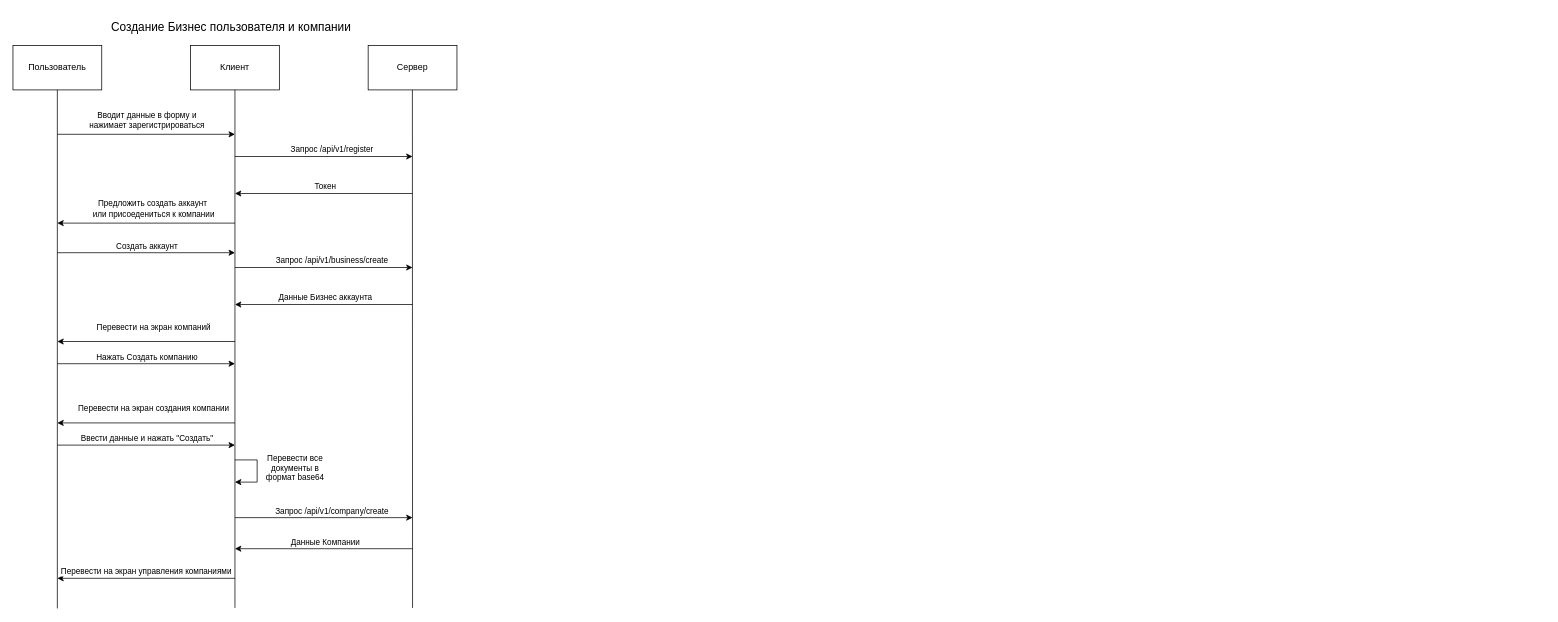
Earlier version of the draw.io diagram CreateBusinessAccount.drawio (vehicle-aggregator/docs). Source tidied: cells renumbered, new cells numbered last; positions are measured from the earlier drawing's top-left corner, leaving out a move shared by most shapes. Both pictures are drawn from the tidied source at 74%, with x=0, y=0 at pixel (13, 16).
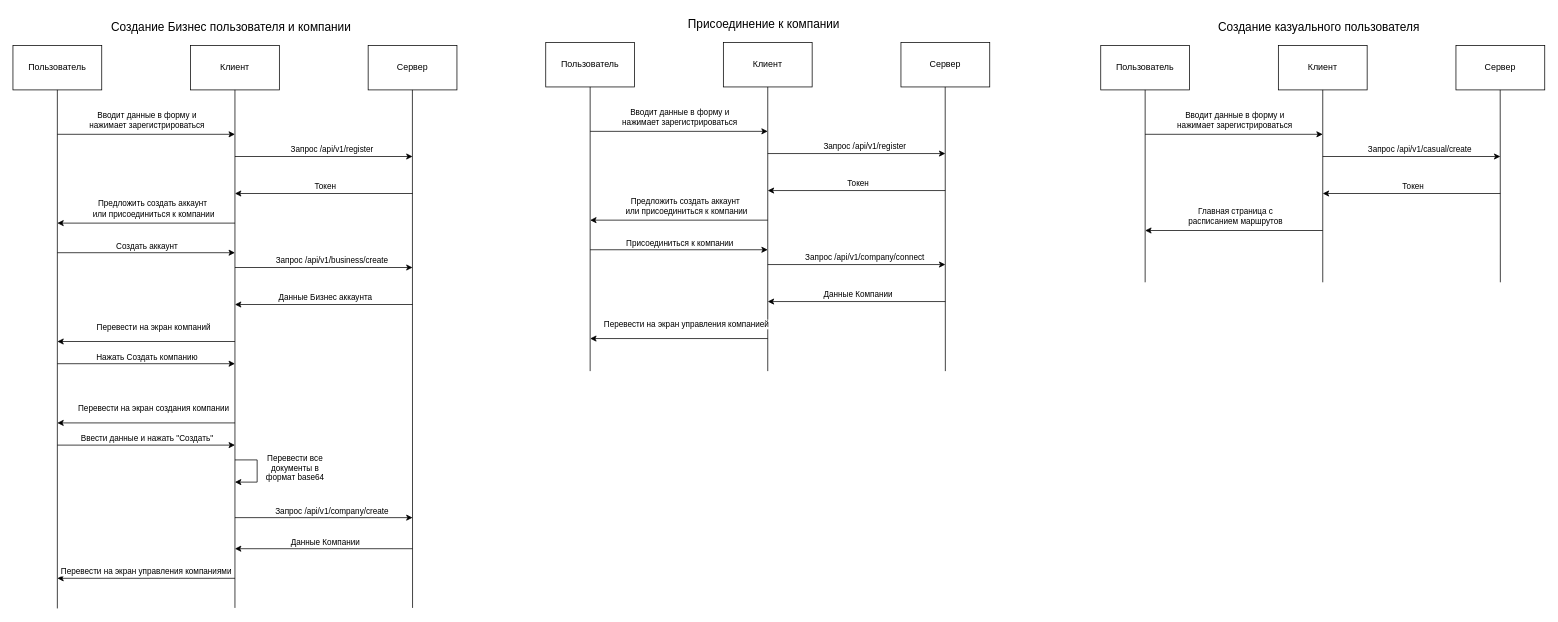
After the change.

The change refers to these unchanged cells:
```xml
<mxCell id="14" style="endArrow=classic;html=1;rounded=0;" parent="1" edge="1">
  <mxGeometry relative="1" as="geometry">
    <mxPoint x="300" y="280" as="sourcePoint" />
    <mxPoint x="60" y="280" as="targetPoint" />
  </mxGeometry>
</mxCell>
```

What changed in the source:
```diff
@@
-    <mxCell id="15" value="Предложить создать аккаунт&amp;nbsp;&lt;br&gt;или присоедениться к компании" style="edgeLabel;html=1;align=center;verticalAlign=middle;" parent="14" vertex="1">
+    <mxCell id="15" value="Предложить создать аккаунт&amp;nbsp;&lt;br&gt;или присоединиться к компании" style="edgeLabel;html=1;align=center;verticalAlign=middle;" parent="14" vertex="1">
       <mxGeometry x="0.53" relative="1" as="geometry">
         <mxPoint x="73" y="-20" as="offset" />
       </mxGeometry>
     </mxCell>
@@
+    <mxCell id="39" value="Пользователь" style="rounded=0;whiteSpace=wrap;html=1;" parent="1" vertex="1">
+      <mxGeometry x="1470" y="40" width="120" height="60" as="geometry" />
+    </mxCell>
+    <mxCell id="40" value="Клиент" style="rounded=0;whiteSpace=wrap;html=1;" parent="1" vertex="1">
+      <mxGeometry x="1710" y="40" width="120" height="60" as="geometry" />
+    </mxCell>
+    <mxCell id="41" value="Сервер" style="rounded=0;whiteSpace=wrap;html=1;" parent="1" vertex="1">
+      <mxGeometry x="1950" y="40" width="120" height="60" as="geometry" />
+    </mxCell>
+    <mxCell id="42" style="endArrow=none;html=1;rounded=0;entryX=0.5;entryY=1;entryDx=0;entryDy=0;" parent="1" edge="1" target="40">
+      <mxGeometry relative="1" as="geometry">
+        <mxPoint x="1770" y="360" as="sourcePoint" />
+      </mxGeometry>
+    </mxCell>
+    <mxCell id="43" style="endArrow=none;html=1;rounded=0;entryX=0.5;entryY=1;entryDx=0;entryDy=0;" parent="1" edge="1">
+      <mxGeometry relative="1" as="geometry">
+        <mxPoint x="2010" y="360" as="sourcePoint" />
+        <mxPoint x="2009.8" y="100" as="targetPoint" />
+      </mxGeometry>
+    </mxCell>
+    <mxCell id="44" style="endArrow=none;html=1;rounded=0;entryX=0.5;entryY=1;entryDx=0;entryDy=0;" parent="1" edge="1" target="39">
+      <mxGeometry relative="1" as="geometry">
+        <mxPoint x="1530" y="360" as="sourcePoint" />
+      </mxGeometry>
+    </mxCell>
+    <mxCell id="45" style="endArrow=classic;html=1;rounded=0;" parent="1" edge="1">
+      <mxGeometry relative="1" as="geometry">
+        <mxPoint x="1530" y="160" as="sourcePoint" />
+        <mxPoint x="1770" y="160" as="targetPoint" />
+      </mxGeometry>
+    </mxCell>
+    <mxCell id="46" value="Вводит данные в форму и &lt;br&gt;нажимает зарегистрироваться" style="edgeLabel;html=1;align=center;verticalAlign=middle;" parent="45" vertex="1">
+      <mxGeometry x="-0.33" y="1" relative="1" as="geometry">
+        <mxPoint x="40" y="-19" as="offset" />
+      </mxGeometry>
+    </mxCell>
+    <mxCell id="47" style="endArrow=classic;html=1;rounded=0;" parent="1" edge="1">
+      <mxGeometry relative="1" as="geometry">
+        <mxPoint x="1770" y="190" as="sourcePoint" />
+        <mxPoint x="2010" y="190" as="targetPoint" />
+      </mxGeometry>
+    </mxCell>
+    <mxCell id="48" value="Запрос /api/v1/casual/create" style="edgeLabel;html=1;align=center;verticalAlign=middle;" parent="47" vertex="1">
+      <mxGeometry x="0.19" y="4" relative="1" as="geometry">
+        <mxPoint x="-13" y="-6" as="offset" />
+      </mxGeometry>
+    </mxCell>
+    <mxCell id="49" style="endArrow=classic;html=1;rounded=0;" parent="1" edge="1">
+      <mxGeometry relative="1" as="geometry">
+        <mxPoint x="2010" y="240" as="sourcePoint" />
+        <mxPoint x="1770" y="240" as="targetPoint" />
+      </mxGeometry>
+    </mxCell>
+    <mxCell id="50" value="Токен" style="edgeLabel;html=1;align=center;verticalAlign=middle;" parent="49" vertex="1">
+      <mxGeometry x="0.17" y="-3" relative="1" as="geometry">
+        <mxPoint x="21" y="-7" as="offset" />
+      </mxGeometry>
+    </mxCell>
+    <mxCell id="51" value="&lt;font style=&quot;font-size: 16px&quot;&gt;Создание казуального пользователя&lt;/font&gt;" style="text;html=1;strokeColor=none;fillColor=none;align=center;verticalAlign=middle;whiteSpace=wrap;rounded=0;" parent="1" vertex="1">
+      <mxGeometry x="1600" width="330" height="30" as="geometry" />
+    </mxCell>
+    <mxCell id="52" value="Пользователь" style="rounded=0;whiteSpace=wrap;html=1;" parent="1" vertex="1">
+      <mxGeometry x="720" y="36" width="120" height="60" as="geometry" />
+    </mxCell>
+    <mxCell id="53" value="Клиент" style="rounded=0;whiteSpace=wrap;html=1;" parent="1" vertex="1">
+      <mxGeometry x="960" y="36" width="120" height="60" as="geometry" />
+    </mxCell>
+    <mxCell id="54" value="Сервер" style="rounded=0;whiteSpace=wrap;html=1;" parent="1" vertex="1">
+      <mxGeometry x="1200" y="36" width="120" height="60" as="geometry" />
+    </mxCell>
+    <mxCell id="55" style="endArrow=none;html=1;rounded=0;entryX=0.5;entryY=1;entryDx=0;entryDy=0;" parent="1" edge="1" target="53">
+      <mxGeometry relative="1" as="geometry">
+        <mxPoint x="1020" y="480" as="sourcePoint" />
+      </mxGeometry>
+    </mxCell>
+    <mxCell id="56" style="endArrow=none;html=1;rounded=0;entryX=0.5;entryY=1;entryDx=0;entryDy=0;" parent="1" edge="1">
+      <mxGeometry relative="1" as="geometry">
+        <mxPoint x="1260" y="480" as="sourcePoint" />
+        <mxPoint x="1259.8" y="96" as="targetPoint" />
+      </mxGeometry>
+    </mxCell>
+    <mxCell id="57" style="endArrow=none;html=1;rounded=0;entryX=0.5;entryY=1;entryDx=0;entryDy=0;" parent="1" edge="1" target="52">
+      <mxGeometry relative="1" as="geometry">
+        <mxPoint x="780" y="480" as="sourcePoint" />
+      </mxGeometry>
+    </mxCell>
+    <mxCell id="58" style="endArrow=classic;html=1;rounded=0;" parent="1" edge="1">
+      <mxGeometry relative="1" as="geometry">
+        <mxPoint x="780" y="156" as="sourcePoint" />
+        <mxPoint x="1020" y="156" as="targetPoint" />
+      </mxGeometry>
+    </mxCell>
+    <mxCell id="59" value="Вводит данные в форму и &lt;br&gt;нажимает зарегистрироваться" style="edgeLabel;html=1;align=center;verticalAlign=middle;" parent="58" vertex="1">
+      <mxGeometry x="-0.33" y="1" relative="1" as="geometry">
+        <mxPoint x="40" y="-19" as="offset" />
+      </mxGeometry>
+    </mxCell>
+    <mxCell id="60" style="endArrow=classic;html=1;rounded=0;" parent="1" edge="1">
+      <mxGeometry relative="1" as="geometry">
+        <mxPoint x="1020" y="186" as="sourcePoint" />
+        <mxPoint x="1260" y="186" as="targetPoint" />
+      </mxGeometry>
+    </mxCell>
+    <mxCell id="61" value="Запрос /api/v1/register" style="edgeLabel;html=1;align=center;verticalAlign=middle;" parent="60" vertex="1">
+      <mxGeometry x="0.19" y="4" relative="1" as="geometry">
+        <mxPoint x="-13" y="-6" as="offset" />
+      </mxGeometry>
+    </mxCell>
+    <mxCell id="62" style="endArrow=classic;html=1;rounded=0;" parent="1" edge="1">
+      <mxGeometry relative="1" as="geometry">
+        <mxPoint x="1260" y="236" as="sourcePoint" />
+        <mxPoint x="1020" y="236" as="targetPoint" />
+      </mxGeometry>
+    </mxCell>
+    <mxCell id="63" value="Токен" style="edgeLabel;html=1;align=center;verticalAlign=middle;" parent="62" vertex="1">
+      <mxGeometry x="0.17" y="-3" relative="1" as="geometry">
+        <mxPoint x="21" y="-7" as="offset" />
+      </mxGeometry>
+    </mxCell>
+    <mxCell id="64" style="endArrow=classic;html=1;rounded=0;" parent="1" edge="1">
+      <mxGeometry relative="1" as="geometry">
+        <mxPoint x="1020" y="276" as="sourcePoint" />
+        <mxPoint x="780" y="276" as="targetPoint" />
+      </mxGeometry>
+    </mxCell>
+    <mxCell id="65" value="Предложить создать аккаунт&amp;nbsp;&lt;br&gt;или присоединиться к компании" style="edgeLabel;html=1;align=center;verticalAlign=middle;" parent="64" vertex="1">
+      <mxGeometry x="0.53" relative="1" as="geometry">
+        <mxPoint x="73" y="-20" as="offset" />
+      </mxGeometry>
+    </mxCell>
+    <mxCell id="66" style="endArrow=classic;html=1;rounded=0;" parent="1" edge="1">
+      <mxGeometry relative="1" as="geometry">
+        <mxPoint x="780" y="316" as="sourcePoint" />
+        <mxPoint x="1020" y="316" as="targetPoint" />
+      </mxGeometry>
+    </mxCell>
+    <mxCell id="67" value="Присоединиться к компании" style="edgeLabel;html=1;align=center;verticalAlign=middle;" parent="66" vertex="1">
+      <mxGeometry x="0.49" y="-1" relative="1" as="geometry">
+        <mxPoint x="-59" y="-11" as="offset" />
+      </mxGeometry>
+    </mxCell>
+    <mxCell id="68" style="endArrow=classic;html=1;rounded=0;" parent="1" edge="1">
+      <mxGeometry relative="1" as="geometry">
+        <mxPoint x="1020" y="336" as="sourcePoint" />
+        <mxPoint x="1260" y="336" as="targetPoint" />
+      </mxGeometry>
+    </mxCell>
+    <mxCell id="69" value="Запрос /api/v1/company/connect" style="edgeLabel;html=1;align=center;verticalAlign=middle;" parent="68" vertex="1">
+      <mxGeometry x="0.19" y="4" relative="1" as="geometry">
+        <mxPoint x="-13" y="-6" as="offset" />
+      </mxGeometry>
+    </mxCell>
+    <mxCell id="70" style="endArrow=classic;html=1;rounded=0;" parent="1" edge="1">
+      <mxGeometry relative="1" as="geometry">
+        <mxPoint x="1260" y="386" as="sourcePoint" />
+        <mxPoint x="1020" y="386" as="targetPoint" />
+      </mxGeometry>
+    </mxCell>
+    <mxCell id="71" value="Данные Компании" style="edgeLabel;html=1;align=center;verticalAlign=middle;" parent="70" vertex="1">
+      <mxGeometry x="0.17" y="-3" relative="1" as="geometry">
+        <mxPoint x="21" y="-7" as="offset" />
+      </mxGeometry>
+    </mxCell>
+    <mxCell id="72" style="endArrow=classic;html=1;rounded=0;" parent="1" edge="1">
+      <mxGeometry relative="1" as="geometry">
+        <mxPoint x="1020" y="436" as="sourcePoint" />
+        <mxPoint x="780" y="436" as="targetPoint" />
+      </mxGeometry>
+    </mxCell>
+    <mxCell id="73" value="Перевести на экран управления компанией" style="edgeLabel;html=1;align=center;verticalAlign=middle;" parent="72" vertex="1">
+      <mxGeometry x="0.53" relative="1" as="geometry">
+        <mxPoint x="73" y="-20" as="offset" />
+      </mxGeometry>
+    </mxCell>
+    <mxCell id="74" value="&lt;font style=&quot;font-size: 16px&quot;&gt;Присоединение к компании&lt;/font&gt;" style="text;html=1;strokeColor=none;fillColor=none;align=center;verticalAlign=middle;whiteSpace=wrap;rounded=0;" parent="1" vertex="1">
+      <mxGeometry x="850" y="-4" width="330" height="30" as="geometry" />
+    </mxCell>
+    <mxCell id="75" style="endArrow=classic;html=1;rounded=0;" parent="1" edge="1">
+      <mxGeometry relative="1" as="geometry">
+        <mxPoint x="1770" y="290" as="sourcePoint" />
+        <mxPoint x="1530" y="290" as="targetPoint" />
+      </mxGeometry>
+    </mxCell>
+    <mxCell id="76" value="Главная страница с &lt;br&gt;расписанием маршрутов" style="edgeLabel;html=1;align=center;verticalAlign=middle;" parent="75" vertex="1">
+      <mxGeometry x="0.17" y="-3" relative="1" as="geometry">
+        <mxPoint x="21" y="-17" as="offset" />
+      </mxGeometry>
+    </mxCell>
```
